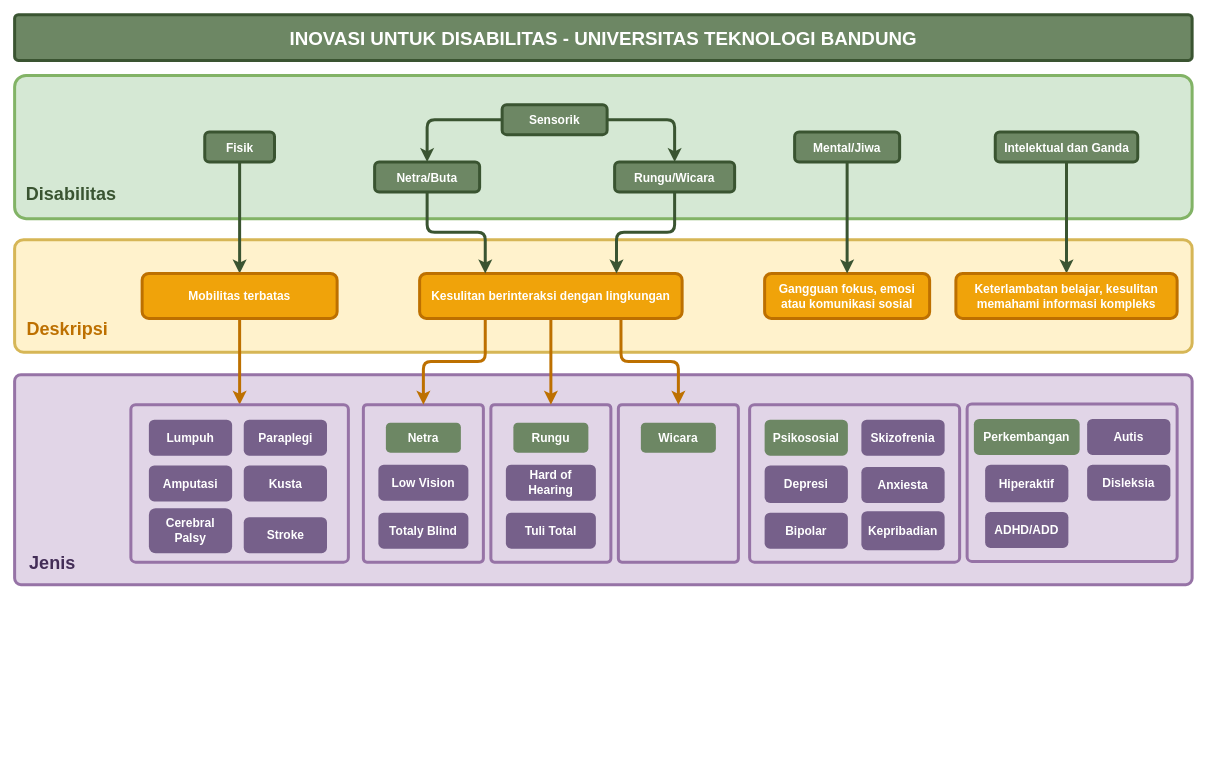
This is disabilitas/note.drawio from syukrillah0108/RICP, a draw.io file, before an edit. Source tidied: cells renumbered, new cells numbered last; positions are measured from the earlier drawing's top-left corner, leaving out a move shared by most shapes. Both pictures are drawn from the tidied source at 75%, with x=0, y=0 at pixel (14, 14).
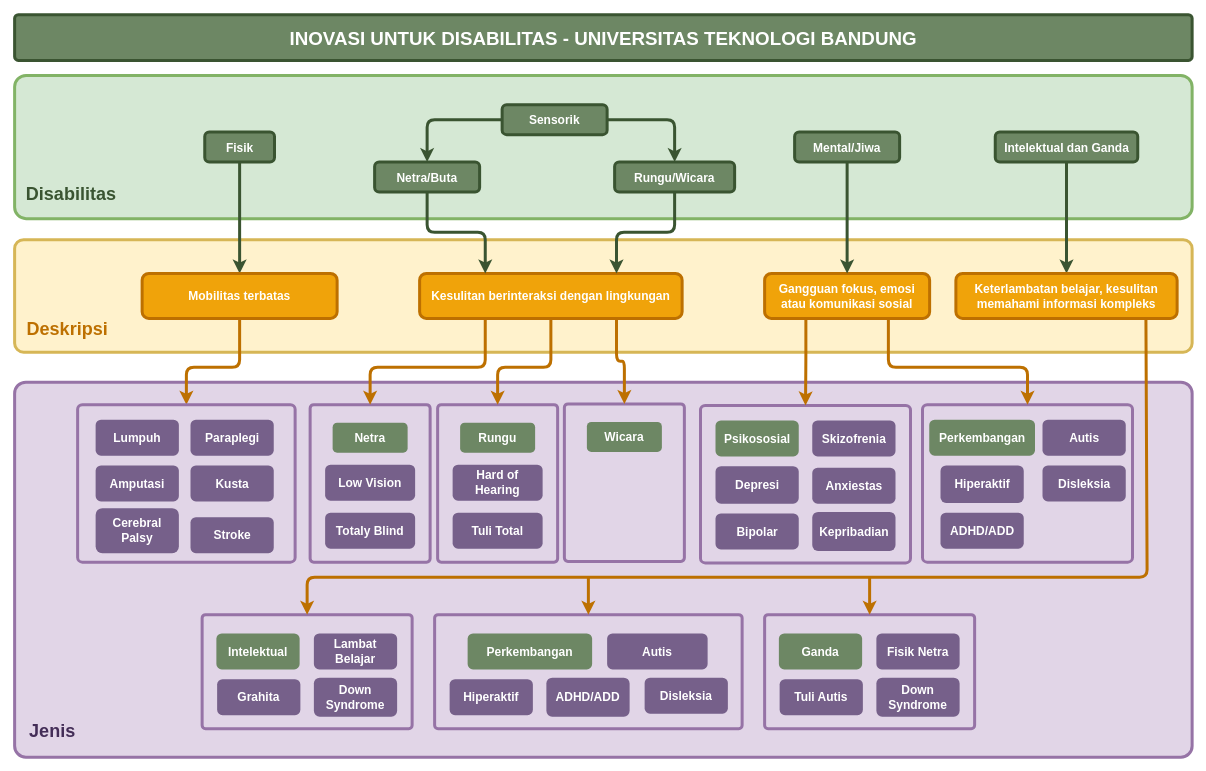
Above is the later version.

Commit message (it also covers changes not shown here):
Refactor note.drawio: Update diagram name, adjust geometry, and add new disability categories

Unchanged cells that the change refers to:
```xml
<mxCell id="10" value="Netra/Buta" style="rounded=1;whiteSpace=wrap;html=1;strokeWidth=4;fontSize=16;fontStyle=1;fillColor=#6d8764;strokeColor=#3A5431;fontColor=#ffffff;" parent="1" vertex="1">
  <mxGeometry x="480" y="196.5" width="140" height="40" as="geometry" />
</mxCell>
<mxCell id="14" value="Mobilitas terbatas" style="rounded=1;whiteSpace=wrap;html=1;strokeWidth=4;fontSize=16;fontStyle=1;fillColor=#f0a30a;fontColor=light-dark(#FFFFFF,#EDEDED);strokeColor=#BD7000;" parent="1" vertex="1">
  <mxGeometry x="170" y="345" width="260" height="60" as="geometry" />
</mxCell>
<mxCell id="15" value="Kesulitan berinteraksi dengan lingkungan" style="rounded=1;whiteSpace=wrap;html=1;strokeWidth=4;fontSize=16;fontStyle=1;fillColor=#f0a30a;fontColor=light-dark(#FFFFFF,#EDEDED);strokeColor=#BD7000;" parent="1" vertex="1">
  <mxGeometry x="540" y="345" width="350" height="60" as="geometry" />
</mxCell>
<mxCell id="16" value="Keterlambatan belajar, kesulitan memahami informasi kompleks" style="rounded=1;whiteSpace=wrap;html=1;strokeWidth=4;fontSize=16;fontStyle=1;fillColor=#f0a30a;fontColor=light-dark(#FFFFFF,#EDEDED);strokeColor=#BD7000;" parent="1" vertex="1">
  <mxGeometry x="1255" y="345" width="295" height="60" as="geometry" />
</mxCell>
<mxCell id="18" value="Gangguan fokus, emosi atau komunikasi sosial" style="rounded=1;whiteSpace=wrap;html=1;strokeWidth=4;fontSize=16;fontStyle=1;fillColor=#f0a30a;fontColor=light-dark(#FFFFFF,#EDEDED);strokeColor=#BD7000;" parent="1" vertex="1">
  <mxGeometry x="1000" y="345" width="220" height="60" as="geometry" />
</mxCell>
```

The edit, as a diff of the source:
```diff
@@
     <mxCell id="17" style="edgeStyle=orthogonalEdgeStyle;html=1;entryX=0.25;entryY=0;entryDx=0;entryDy=0;strokeWidth=4;strokeColor=light-dark(#3a5431, #ededed);exitX=0.5;exitY=1;exitDx=0;exitDy=0;" parent="1" edge="1" source="10" target="15">
       <mxGeometry relative="1" as="geometry">
         <Array as="points">
           <mxPoint x="550" y="290" />
-          <mxPoint x="627" y="290" />
+          <mxPoint x="628" y="290" />
         </Array>
       </mxGeometry>
     </mxCell>
@@
     <mxCell id="20" style="rounded=1;whiteSpace=wrap;html=1;strokeWidth=4;fontSize=16;fontStyle=1;arcSize=3;fillColor=#e1d5e7;strokeColor=#9673a6;" parent="1" vertex="1">
-      <mxGeometry y="480" width="1570" height="280" as="geometry" />
+      <mxGeometry y="490" width="1570" height="500" as="geometry" />
     </mxCell>
     <mxCell id="21" style="edgeStyle=orthogonalEdgeStyle;html=1;entryX=0.5;entryY=0;entryDx=0;entryDy=0;strokeWidth=4;strokeColor=light-dark(#bd7000, #ededed);exitX=0.5;exitY=1;exitDx=0;exitDy=0;" parent="1" edge="1" source="14" target="27">
-      <mxGeometry relative="1" as="geometry" />
+      <mxGeometry relative="1" as="geometry">
+        <Array as="points">
+          <mxPoint x="300" y="470" />
+          <mxPoint x="229" y="470" />
+        </Array>
+      </mxGeometry>
     </mxCell>
@@
     <mxCell id="24" value="Jenis" style="text;html=1;align=center;verticalAlign=middle;strokeColor=none;fillColor=none;fontStyle=1;fontSize=24;fontColor=light-dark(#432d57, #ededed);" parent="1" vertex="1">
-      <mxGeometry x="10" y="712" width="80" height="40" as="geometry" />
+      <mxGeometry x="10" y="936" width="80" height="40" as="geometry" />
     </mxCell>
@@
     <mxCell id="27" style="rounded=1;whiteSpace=wrap;html=1;strokeWidth=4;fontSize=16;fontStyle=1;arcSize=3;fillColor=#e1d5e7;strokeColor=#9673a6;" parent="1" vertex="1">
-      <mxGeometry x="155" y="520" width="290" height="210" as="geometry" />
+      <mxGeometry x="84" y="520" width="290" height="210" as="geometry" />
     </mxCell>
     <mxCell id="28" value="Amputasi" style="rounded=1;whiteSpace=wrap;html=1;strokeWidth=4;fontSize=16;fontStyle=1;fillColor=#76608a;fontColor=#ffffff;strokeColor=none;" parent="1" vertex="1">
-      <mxGeometry x="179" y="601" width="111" height="48" as="geometry" />
+      <mxGeometry x="108" y="601" width="111" height="48" as="geometry" />
     </mxCell>
     <mxCell id="29" value="Lumpuh" style="rounded=1;whiteSpace=wrap;html=1;strokeWidth=4;fontSize=16;fontStyle=1;fillColor=#76608a;fontColor=#ffffff;strokeColor=none;" parent="1" vertex="1">
-      <mxGeometry x="179" y="540" width="111" height="48" as="geometry" />
+      <mxGeometry x="108" y="540" width="111" height="48" as="geometry" />
     </mxCell>
     <mxCell id="30" value="Paraplegi" style="rounded=1;whiteSpace=wrap;html=1;strokeWidth=4;fontSize=16;fontStyle=1;fillColor=#76608a;fontColor=#ffffff;strokeColor=none;" parent="1" vertex="1">
-      <mxGeometry x="305.5" y="540" width="111" height="48" as="geometry" />
+      <mxGeometry x="234.5" y="540" width="111" height="48" as="geometry" />
     </mxCell>
     <mxCell id="31" value="Cerebral Palsy" style="rounded=1;whiteSpace=wrap;html=1;strokeWidth=4;fontSize=16;fontStyle=1;fillColor=#76608a;fontColor=#ffffff;strokeColor=none;" parent="1" vertex="1">
-      <mxGeometry x="179" y="658" width="111" height="60" as="geometry" />
+      <mxGeometry x="108" y="658" width="111" height="60" as="geometry" />
     </mxCell>
     <mxCell id="32" value="Stroke" style="rounded=1;whiteSpace=wrap;html=1;strokeWidth=4;fontSize=16;fontStyle=1;fillColor=#76608a;fontColor=#ffffff;strokeColor=none;" parent="1" vertex="1">
-      <mxGeometry x="305.5" y="670" width="111" height="48" as="geometry" />
+      <mxGeometry x="234.5" y="670" width="111" height="48" as="geometry" />
     </mxCell>
     <mxCell id="33" value="Kusta" style="rounded=1;whiteSpace=wrap;html=1;strokeWidth=4;fontSize=16;fontStyle=1;fillColor=#76608a;fontColor=#ffffff;strokeColor=none;" parent="1" vertex="1">
-      <mxGeometry x="305.5" y="601" width="111" height="48" as="geometry" />
+      <mxGeometry x="234.5" y="601" width="111" height="48" as="geometry" />
     </mxCell>
     <mxCell id="34" style="rounded=1;whiteSpace=wrap;html=1;strokeWidth=4;fontSize=16;fontStyle=1;arcSize=3;fillColor=#e1d5e7;strokeColor=#9673a6;" parent="1" vertex="1">
-      <mxGeometry x="465" y="520" width="160" height="210" as="geometry" />
+      <mxGeometry x="394" y="520" width="160" height="210" as="geometry" />
     </mxCell>
     <mxCell id="35" value="Netra" style="rounded=1;whiteSpace=wrap;html=1;strokeWidth=4;fontSize=16;fontStyle=1;fillColor=#6d8764;strokeColor=none;fontColor=#ffffff;" parent="1" vertex="1">
-      <mxGeometry x="495" y="544" width="100" height="40" as="geometry" />
+      <mxGeometry x="424" y="544" width="100" height="40" as="geometry" />
     </mxCell>
     <mxCell id="36" value="Low Vision" style="rounded=1;whiteSpace=wrap;html=1;strokeWidth=4;fontSize=16;fontStyle=1;fillColor=#76608a;fontColor=#ffffff;strokeColor=none;" parent="1" vertex="1">
-      <mxGeometry x="485" y="600" width="120" height="48" as="geometry" />
+      <mxGeometry x="414" y="600" width="120" height="48" as="geometry" />
     </mxCell>
     <mxCell id="37" value="Totaly Blind" style="rounded=1;whiteSpace=wrap;html=1;strokeWidth=4;fontSize=16;fontStyle=1;fillColor=#76608a;fontColor=#ffffff;strokeColor=none;" parent="1" vertex="1">
-      <mxGeometry x="485" y="664" width="120" height="48" as="geometry" />
+      <mxGeometry x="414" y="664" width="120" height="48" as="geometry" />
     </mxCell>
     <mxCell id="38" style="rounded=1;whiteSpace=wrap;html=1;strokeWidth=4;fontSize=16;fontStyle=1;arcSize=3;fillColor=#e1d5e7;strokeColor=#9673a6;" parent="1" vertex="1">
-      <mxGeometry x="635" y="520" width="160" height="210" as="geometry" />
+      <mxGeometry x="564" y="520" width="160" height="210" as="geometry" />
     </mxCell>
     <mxCell id="39" value="Rungu" style="rounded=1;whiteSpace=wrap;html=1;strokeWidth=4;fontSize=16;fontStyle=1;fillColor=#6d8764;strokeColor=none;fontColor=#ffffff;" parent="1" vertex="1">
-      <mxGeometry x="665" y="544" width="100" height="40" as="geometry" />
+      <mxGeometry x="594" y="544" width="100" height="40" as="geometry" />
     </mxCell>
     <mxCell id="40" value="Hard of Hearing" style="rounded=1;whiteSpace=wrap;html=1;strokeWidth=4;fontSize=16;fontStyle=1;fillColor=#76608a;fontColor=#ffffff;strokeColor=none;" parent="1" vertex="1">
-      <mxGeometry x="655" y="600" width="120" height="48" as="geometry" />
+      <mxGeometry x="584" y="600" width="120" height="48" as="geometry" />
     </mxCell>
     <mxCell id="41" value="Tuli Total" style="rounded=1;whiteSpace=wrap;html=1;strokeWidth=4;fontSize=16;fontStyle=1;fillColor=#76608a;fontColor=#ffffff;strokeColor=none;" parent="1" vertex="1">
-      <mxGeometry x="655" y="664" width="120" height="48" as="geometry" />
+      <mxGeometry x="584" y="664" width="120" height="48" as="geometry" />
     </mxCell>
-    <mxCell id="42" style="rounded=1;whiteSpace=wrap;html=1;strokeWidth=4;fontSize=16;fontStyle=1;arcSize=3;fillColor=#e1d5e7;strokeColor=#9673a6;" parent="1" vertex="1">
-      <mxGeometry x="805" y="520" width="160" height="210" as="geometry" />
-    </mxCell>
-    <mxCell id="43" value="Wicara" style="rounded=1;whiteSpace=wrap;html=1;strokeWidth=4;fontSize=16;fontStyle=1;fillColor=#6d8764;strokeColor=none;fontColor=#ffffff;" parent="1" vertex="1">
-      <mxGeometry x="835" y="544" width="100" height="40" as="geometry" />
-    </mxCell>
-    <mxCell id="44" style="html=1;entryX=0.5;entryY=0;entryDx=0;entryDy=0;strokeWidth=4;strokeColor=light-dark(#bd7000, #ededed);exitX=0.5;exitY=1;exitDx=0;exitDy=0;" parent="1" edge="1" source="15" target="38">
-      <mxGeometry relative="1" as="geometry" />
+    <mxCell id="44" style="html=1;entryX=0.5;entryY=0;entryDx=0;entryDy=0;strokeWidth=4;strokeColor=light-dark(#bd7000, #ededed);exitX=0.5;exitY=1;exitDx=0;exitDy=0;edgeStyle=orthogonalEdgeStyle;" parent="1" edge="1" source="15" target="38">
+      <mxGeometry relative="1" as="geometry">
+        <Array as="points">
+          <mxPoint x="715" y="470" />
+          <mxPoint x="644" y="470" />
+        </Array>
+      </mxGeometry>
     </mxCell>
     <mxCell id="45" style="html=1;entryX=0.5;entryY=0;entryDx=0;entryDy=0;strokeWidth=4;strokeColor=light-dark(#bd7000, #ededed);exitX=0.25;exitY=1;exitDx=0;exitDy=0;edgeStyle=orthogonalEdgeStyle;" parent="1" edge="1" source="15" target="34">
-      <mxGeometry relative="1" as="geometry" />
+      <mxGeometry relative="1" as="geometry">
+        <Array as="points">
+          <mxPoint x="628" y="470" />
+          <mxPoint x="474" y="470" />
+        </Array>
+      </mxGeometry>
     </mxCell>
-    <mxCell id="46" style="html=1;entryX=0.5;entryY=0;entryDx=0;entryDy=0;strokeWidth=4;strokeColor=light-dark(#bd7000, #ededed);exitX=0.767;exitY=0.997;exitDx=0;exitDy=0;exitPerimeter=0;edgeStyle=orthogonalEdgeStyle;" parent="1" edge="1" source="15" target="42">
-      <mxGeometry relative="1" as="geometry" />
-    </mxCell>
     <mxCell id="47" style="rounded=1;whiteSpace=wrap;html=1;strokeWidth=4;fontSize=16;fontStyle=1;arcSize=3;fillColor=#e1d5e7;strokeColor=#9673a6;" parent="1" vertex="1">
-      <mxGeometry x="980" y="520" width="280" height="210" as="geometry" />
+      <mxGeometry x="914.5" y="521" width="280" height="210" as="geometry" />
     </mxCell>
     <mxCell id="48" value="Psikososial" style="rounded=1;whiteSpace=wrap;html=1;strokeWidth=4;fontSize=16;fontStyle=1;fillColor=#6d8764;strokeColor=none;fontColor=#ffffff;" parent="1" vertex="1">
-      <mxGeometry x="1000" y="540" width="111" height="48" as="geometry" />
+      <mxGeometry x="934.5" y="541" width="111" height="48" as="geometry" />
     </mxCell>
     <mxCell id="49" value="Skizofrenia" style="rounded=1;whiteSpace=wrap;html=1;strokeWidth=4;fontSize=16;fontStyle=1;fillColor=#76608a;fontColor=#ffffff;strokeColor=none;" parent="1" vertex="1">
-      <mxGeometry x="1129" y="540" width="111" height="48" as="geometry" />
+      <mxGeometry x="1063.5" y="541" width="111" height="48" as="geometry" />
     </mxCell>
     <mxCell id="50" value="Bipolar" style="rounded=1;whiteSpace=wrap;html=1;strokeWidth=4;fontSize=16;fontStyle=1;fillColor=#76608a;fontColor=#ffffff;strokeColor=none;" parent="1" vertex="1">
-      <mxGeometry x="1000" y="664" width="111" height="48" as="geometry" />
+      <mxGeometry x="934.5" y="665" width="111" height="48" as="geometry" />
     </mxCell>
     <mxCell id="51" value="Depresi" style="rounded=1;whiteSpace=wrap;html=1;strokeWidth=4;fontSize=16;fontStyle=1;fillColor=#76608a;fontColor=#ffffff;strokeColor=none;" parent="1" vertex="1">
-      <mxGeometry x="1000" y="601" width="111" height="50" as="geometry" />
+      <mxGeometry x="934.5" y="602" width="111" height="50" as="geometry" />
     </mxCell>
-    <mxCell id="52" value="Anxiesta" style="rounded=1;whiteSpace=wrap;html=1;strokeWidth=4;fontSize=16;fontStyle=1;fillColor=#76608a;fontColor=#ffffff;strokeColor=none;" parent="1" vertex="1">
-      <mxGeometry x="1129" y="603" width="111" height="48" as="geometry" />
+    <mxCell id="52" value="Anxiestas" style="rounded=1;whiteSpace=wrap;html=1;strokeWidth=4;fontSize=16;fontStyle=1;fillColor=#76608a;fontColor=#ffffff;strokeColor=none;" parent="1" vertex="1">
+      <mxGeometry x="1063.5" y="604" width="111" height="48" as="geometry" />
     </mxCell>
     <mxCell id="53" value="Kepribadian" style="rounded=1;whiteSpace=wrap;html=1;strokeWidth=4;fontSize=16;fontStyle=1;fillColor=#76608a;fontColor=#ffffff;strokeColor=none;" parent="1" vertex="1">
-      <mxGeometry x="1129" y="662" width="111" height="52" as="geometry" />
+      <mxGeometry x="1063.5" y="663" width="111" height="52" as="geometry" />
     </mxCell>
     <mxCell id="54" style="rounded=1;whiteSpace=wrap;html=1;strokeWidth=4;fontSize=16;fontStyle=1;arcSize=3;fillColor=#e1d5e7;strokeColor=#9673a6;" parent="1" vertex="1">
-      <mxGeometry x="1270" y="519" width="280" height="210" as="geometry" />
+      <mxGeometry x="1210.5" y="520" width="280" height="210" as="geometry" />
     </mxCell>
     <mxCell id="55" value="Perkembangan" style="rounded=1;whiteSpace=wrap;html=1;strokeWidth=4;fontSize=16;fontStyle=1;fillColor=#6d8764;strokeColor=none;fontColor=#ffffff;" parent="1" vertex="1">
-      <mxGeometry x="1279" y="539" width="141" height="48" as="geometry" />
+      <mxGeometry x="1219.5" y="540" width="141" height="48" as="geometry" />
     </mxCell>
     <mxCell id="56" value="Autis" style="rounded=1;whiteSpace=wrap;html=1;strokeWidth=4;fontSize=16;fontStyle=1;fillColor=#76608a;fontColor=#ffffff;strokeColor=none;" parent="1" vertex="1">
-      <mxGeometry x="1430" y="539" width="111" height="48" as="geometry" />
+      <mxGeometry x="1370.5" y="540" width="111" height="48" as="geometry" />
     </mxCell>
     <mxCell id="57" value="ADHD/ADD" style="rounded=1;whiteSpace=wrap;html=1;strokeWidth=4;fontSize=16;fontStyle=1;fillColor=#76608a;fontColor=#ffffff;strokeColor=none;" parent="1" vertex="1">
-      <mxGeometry x="1294" y="663" width="111" height="48" as="geometry" />
+      <mxGeometry x="1234.5" y="664" width="111" height="48" as="geometry" />
     </mxCell>
     <mxCell id="58" value="Hiperaktif" style="rounded=1;whiteSpace=wrap;html=1;strokeWidth=4;fontSize=16;fontStyle=1;fillColor=#76608a;fontColor=#ffffff;strokeColor=none;" parent="1" vertex="1">
-      <mxGeometry x="1294" y="600" width="111" height="50" as="geometry" />
+      <mxGeometry x="1234.5" y="601" width="111" height="50" as="geometry" />
     </mxCell>
     <mxCell id="59" value="Disleksia" style="rounded=1;whiteSpace=wrap;html=1;strokeWidth=4;fontSize=16;fontStyle=1;fillColor=#76608a;fontColor=#ffffff;strokeColor=none;" parent="1" vertex="1">
-      <mxGeometry x="1430" y="600" width="111" height="48" as="geometry" />
+      <mxGeometry x="1370.5" y="601" width="111" height="48" as="geometry" />
     </mxCell>
+    <mxCell id="60" style="html=1;entryX=0.5;entryY=0;entryDx=0;entryDy=0;strokeWidth=4;strokeColor=light-dark(#bd7000, #ededed);exitX=0.25;exitY=1;exitDx=0;exitDy=0;edgeStyle=orthogonalEdgeStyle;" parent="1" edge="1" source="18" target="47">
+      <mxGeometry relative="1" as="geometry" />
+    </mxCell>
+    <mxCell id="61" style="html=1;entryX=0.5;entryY=0;entryDx=0;entryDy=0;strokeWidth=4;strokeColor=light-dark(#bd7000, #ededed);exitX=0.75;exitY=1;exitDx=0;exitDy=0;edgeStyle=orthogonalEdgeStyle;" parent="1" edge="1" source="18" target="54">
+      <mxGeometry relative="1" as="geometry">
+        <Array as="points">
+          <mxPoint x="1165" y="470" />
+          <mxPoint x="1351" y="470" />
+        </Array>
+      </mxGeometry>
+    </mxCell>
+    <mxCell id="62" style="rounded=1;whiteSpace=wrap;html=1;strokeWidth=4;fontSize=16;fontStyle=1;arcSize=3;fillColor=#e1d5e7;strokeColor=#9673a6;" parent="1" vertex="1">
+      <mxGeometry x="250" y="800" width="280" height="152" as="geometry" />
+    </mxCell>
+    <mxCell id="63" value="Intelektual" style="rounded=1;whiteSpace=wrap;html=1;strokeWidth=4;fontSize=16;fontStyle=1;fillColor=#6d8764;strokeColor=none;fontColor=#ffffff;" parent="1" vertex="1">
+      <mxGeometry x="269" y="825" width="111" height="48" as="geometry" />
+    </mxCell>
+    <mxCell id="64" value="Grahita" style="rounded=1;whiteSpace=wrap;html=1;strokeWidth=4;fontSize=16;fontStyle=1;fillColor=#76608a;fontColor=#ffffff;strokeColor=none;" parent="1" vertex="1">
+      <mxGeometry x="270" y="886" width="111" height="48" as="geometry" />
+    </mxCell>
+    <mxCell id="65" value="Lambat Belajar" style="rounded=1;whiteSpace=wrap;html=1;strokeWidth=4;fontSize=16;fontStyle=1;fillColor=#76608a;fontColor=#ffffff;strokeColor=none;" parent="1" vertex="1">
+      <mxGeometry x="399" y="825" width="111" height="48" as="geometry" />
+    </mxCell>
+    <mxCell id="66" value="Down Syndrome" style="rounded=1;whiteSpace=wrap;html=1;strokeWidth=4;fontSize=16;fontStyle=1;fillColor=#76608a;fontColor=#ffffff;strokeColor=none;" parent="1" vertex="1">
+      <mxGeometry x="399" y="884" width="111" height="52" as="geometry" />
+    </mxCell>
+    <mxCell id="67" style="rounded=1;whiteSpace=wrap;html=1;strokeWidth=4;fontSize=16;fontStyle=1;arcSize=3;fillColor=#e1d5e7;strokeColor=#9673a6;" parent="1" vertex="1">
+      <mxGeometry x="560" y="800" width="410" height="152" as="geometry" />
+    </mxCell>
+    <mxCell id="68" value="Perkembangan" style="rounded=1;whiteSpace=wrap;html=1;strokeWidth=4;fontSize=16;fontStyle=1;fillColor=#6d8764;strokeColor=none;fontColor=#ffffff;" parent="1" vertex="1">
+      <mxGeometry x="604" y="825" width="166" height="48" as="geometry" />
+    </mxCell>
+    <mxCell id="69" value="Hiperaktif" style="rounded=1;whiteSpace=wrap;html=1;strokeWidth=4;fontSize=16;fontStyle=1;fillColor=#76608a;fontColor=#ffffff;strokeColor=none;" parent="1" vertex="1">
+      <mxGeometry x="580" y="886" width="111" height="48" as="geometry" />
+    </mxCell>
+    <mxCell id="70" value="Autis" style="rounded=1;whiteSpace=wrap;html=1;strokeWidth=4;fontSize=16;fontStyle=1;fillColor=#76608a;fontColor=#ffffff;strokeColor=none;" parent="1" vertex="1">
+      <mxGeometry x="790" y="825" width="134" height="48" as="geometry" />
+    </mxCell>
+    <mxCell id="71" value="ADHD/ADD" style="rounded=1;whiteSpace=wrap;html=1;strokeWidth=4;fontSize=16;fontStyle=1;fillColor=#76608a;fontColor=#ffffff;strokeColor=none;" parent="1" vertex="1">
+      <mxGeometry x="709" y="884" width="111" height="52" as="geometry" />
+    </mxCell>
+    <mxCell id="72" value="Disleksia" style="rounded=1;whiteSpace=wrap;html=1;strokeWidth=4;fontSize=16;fontStyle=1;fillColor=#76608a;fontColor=#ffffff;strokeColor=none;" parent="1" vertex="1">
+      <mxGeometry x="840" y="884" width="111" height="48" as="geometry" />
+    </mxCell>
+    <mxCell id="73" style="rounded=1;whiteSpace=wrap;html=1;strokeWidth=4;fontSize=16;fontStyle=1;arcSize=3;fillColor=#e1d5e7;strokeColor=#9673a6;" parent="1" vertex="1">
+      <mxGeometry x="1000" y="800" width="280" height="152" as="geometry" />
+    </mxCell>
+    <mxCell id="74" value="Ganda" style="rounded=1;whiteSpace=wrap;html=1;strokeWidth=4;fontSize=16;fontStyle=1;fillColor=#6d8764;strokeColor=none;fontColor=#ffffff;" parent="1" vertex="1">
+      <mxGeometry x="1019" y="825" width="111" height="48" as="geometry" />
+    </mxCell>
+    <mxCell id="75" value="Tuli Autis" style="rounded=1;whiteSpace=wrap;html=1;strokeWidth=4;fontSize=16;fontStyle=1;fillColor=#76608a;fontColor=#ffffff;strokeColor=none;" parent="1" vertex="1">
+      <mxGeometry x="1020" y="886" width="111" height="48" as="geometry" />
+    </mxCell>
+    <mxCell id="76" value="Fisik Netra" style="rounded=1;whiteSpace=wrap;html=1;strokeWidth=4;fontSize=16;fontStyle=1;fillColor=#76608a;fontColor=#ffffff;strokeColor=none;" parent="1" vertex="1">
+      <mxGeometry x="1149" y="825" width="111" height="48" as="geometry" />
+    </mxCell>
+    <mxCell id="77" value="Down Syndrome" style="rounded=1;whiteSpace=wrap;html=1;strokeWidth=4;fontSize=16;fontStyle=1;fillColor=#76608a;fontColor=#ffffff;strokeColor=none;" parent="1" vertex="1">
+      <mxGeometry x="1149" y="884" width="111" height="52" as="geometry" />
+    </mxCell>
+    <mxCell id="78" style="html=1;entryX=0.5;entryY=0;entryDx=0;entryDy=0;strokeWidth=4;strokeColor=light-dark(#bd7000, #ededed);exitX=0.859;exitY=1.002;exitDx=0;exitDy=0;exitPerimeter=0;" parent="1" edge="1" source="16" target="62">
+      <mxGeometry relative="1" as="geometry">
+        <Array as="points">
+          <mxPoint x="1510" y="750" />
+          <mxPoint x="390" y="750" />
+        </Array>
+      </mxGeometry>
+    </mxCell>
+    <mxCell id="79" style="html=1;entryX=0.5;entryY=0;entryDx=0;entryDy=0;strokeWidth=4;strokeColor=light-dark(#bd7000, #ededed);" parent="1" edge="1" target="67">
+      <mxGeometry relative="1" as="geometry">
+        <mxPoint x="765" y="750" as="sourcePoint" />
+      </mxGeometry>
+    </mxCell>
+    <mxCell id="80" style="html=1;entryX=0.5;entryY=0;entryDx=0;entryDy=0;strokeWidth=4;strokeColor=light-dark(#bd7000, #ededed);" parent="1" edge="1" target="73">
+      <mxGeometry relative="1" as="geometry">
+        <mxPoint x="1140" y="750" as="sourcePoint" />
+      </mxGeometry>
+    </mxCell>
+    <mxCell id="81" style="rounded=1;whiteSpace=wrap;html=1;strokeWidth=4;fontSize=16;fontStyle=1;arcSize=3;fillColor=#e1d5e7;strokeColor=#9673a6;" parent="1" vertex="1">
+      <mxGeometry x="733" y="519" width="160" height="210" as="geometry" />
+    </mxCell>
+    <mxCell id="43" value="Wicara" style="rounded=1;whiteSpace=wrap;html=1;strokeWidth=4;fontSize=16;fontStyle=1;fillColor=#6d8764;strokeColor=none;fontColor=#ffffff;" parent="1" vertex="1">
+      <mxGeometry x="763" y="543" width="100" height="40" as="geometry" />
+    </mxCell>
+    <mxCell id="82" style="html=1;entryX=0.5;entryY=0;entryDx=0;entryDy=0;strokeWidth=4;strokeColor=light-dark(#bd7000, #ededed);exitX=0.75;exitY=1;exitDx=0;exitDy=0;edgeStyle=orthogonalEdgeStyle;" parent="1" edge="1" source="15" target="81">
+      <mxGeometry relative="1" as="geometry" />
+    </mxCell>
```
